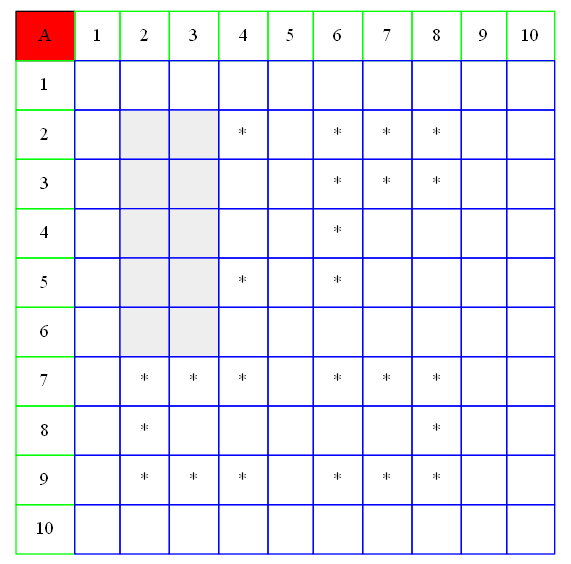
AbidelLux/Proyecto02_1S2021IPC2_JAMES keeps this Graphviz diagram as Resultado.dot.png. Above is the earlier version. Its source is kept beside it as Resultado.dot.
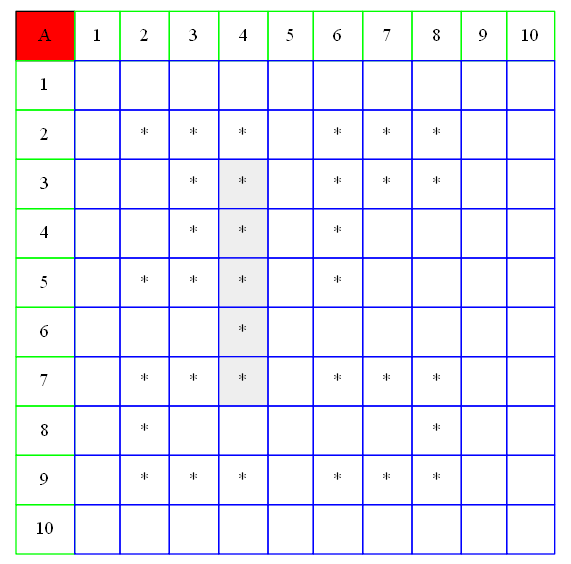
The same diagram one commit later.

Change to the diagram source:
```diff
@@ -7,12 +7,12 @@
 		<table border="0" color="green" cellpadding="10" cellborder="1" cellspacing="0">
 	<tr><td bgcolor = "red" color="black"> A </td><td color="green">1</td><td color="green">2</td><td color="green">3</td><td color="green">4</td><td color="green">5</td><td color="green">6</td><td color="green">7</td><td color="green">8</td><td color="green">9</td><td color="green">10</td></tr>
 			<tr><td color="green"> 1 </td><td color="blue">   </td><td color="blue">   </td><td color="blue">   </td><td color="blue">   </td><td color="blue">   </td><td color="blue">   </td><td color="blue">   </td><td color="blue">   </td><td color="blue">   </td><td color="blue">   </td></tr>
-			<tr><td color="green"> 2 </td><td color="blue">   </td><td color="blue" bgcolor="#eeeeee">   </td><td color="blue" bgcolor="#eeeeee">   </td><td color="blue"> * </td><td color="blue">   </td><td color="blue"> * </td><td color="blue"> * </td><td color="blue"> * </td><td color="blue">   </td><td color="blue">   </td></tr>
-			<tr><td color="green"> 3 </td><td color="blue">   </td><td color="blue" bgcolor="#eeeeee">   </td><td color="blue" bgcolor="#eeeeee">   </td><td color="blue">   </td><td color="blue">   </td><td color="blue"> * </td><td color="blue"> * </td><td color="blue"> * </td><td color="blue">   </td><td color="blue">   </td></tr>
-			<tr><td color="green"> 4 </td><td color="blue">   </td><td color="blue" bgcolor="#eeeeee">   </td><td color="blue" bgcolor="#eeeeee">   </td><td color="blue">   </td><td color="blue">   </td><td color="blue"> * </td><td color="blue">   </td><td color="blue">   </td><td color="blue">   </td><td color="blue">   </td></tr>
-			<tr><td color="green"> 5 </td><td color="blue">   </td><td color="blue" bgcolor="#eeeeee">   </td><td color="blue" bgcolor="#eeeeee">   </td><td color="blue"> * </td><td color="blue">   </td><td color="blue"> * </td><td color="blue">   </td><td color="blue">   </td><td color="blue">   </td><td color="blue">   </td></tr>
-			<tr><td color="green"> 6 </td><td color="blue">   </td><td color="blue" bgcolor="#eeeeee">   </td><td color="blue" bgcolor="#eeeeee">   </td><td color="blue">   </td><td color="blue">   </td><td color="blue">   </td><td color="blue">   </td><td color="blue">   </td><td color="blue">   </td><td color="blue">   </td></tr>
-			<tr><td color="green"> 7 </td><td color="blue">   </td><td color="blue"> * </td><td color="blue"> * </td><td color="blue"> * </td><td color="blue">   </td><td color="blue"> * </td><td color="blue"> * </td><td color="blue"> * </td><td color="blue">   </td><td color="blue">   </td></tr>
+			<tr><td color="green"> 2 </td><td color="blue">   </td><td color="blue"> * </td><td color="blue"> * </td><td color="blue"> * </td><td color="blue">   </td><td color="blue"> * </td><td color="blue"> * </td><td color="blue"> * </td><td color="blue">   </td><td color="blue">   </td></tr>
+			<tr><td color="green"> 3 </td><td color="blue">   </td><td color="blue">   </td><td color="blue"> * </td><td color="blue" bgcolor="#eeeeee"> * </td><td color="blue">   </td><td color="blue"> * </td><td color="blue"> * </td><td color="blue"> * </td><td color="blue">   </td><td color="blue">   </td></tr>
+			<tr><td color="green"> 4 </td><td color="blue">   </td><td color="blue">   </td><td color="blue"> * </td><td color="blue" bgcolor="#eeeeee"> * </td><td color="blue">   </td><td color="blue"> * </td><td color="blue">   </td><td color="blue">   </td><td color="blue">   </td><td color="blue">   </td></tr>
+			<tr><td color="green"> 5 </td><td color="blue">   </td><td color="blue"> * </td><td color="blue"> * </td><td color="blue" bgcolor="#eeeeee"> * </td><td color="blue">   </td><td color="blue"> * </td><td color="blue">   </td><td color="blue">   </td><td color="blue">   </td><td color="blue">   </td></tr>
+			<tr><td color="green"> 6 </td><td color="blue">   </td><td color="blue">   </td><td color="blue">   </td><td color="blue" bgcolor="#eeeeee"> * </td><td color="blue">   </td><td color="blue">   </td><td color="blue">   </td><td color="blue">   </td><td color="blue">   </td><td color="blue">   </td></tr>
+			<tr><td color="green"> 7 </td><td color="blue">   </td><td color="blue"> * </td><td color="blue"> * </td><td color="blue" bgcolor="#eeeeee"> * </td><td color="blue">   </td><td color="blue"> * </td><td color="blue"> * </td><td color="blue"> * </td><td color="blue">   </td><td color="blue">   </td></tr>
 			<tr><td color="green"> 8 </td><td color="blue">   </td><td color="blue"> * </td><td color="blue">   </td><td color="blue">   </td><td color="blue">   </td><td color="blue">   </td><td color="blue">   </td><td color="blue"> * </td><td color="blue">   </td><td color="blue">   </td></tr>
 			<tr><td color="green"> 9 </td><td color="blue">   </td><td color="blue"> * </td><td color="blue"> * </td><td color="blue"> * </td><td color="blue">   </td><td color="blue"> * </td><td color="blue"> * </td><td color="blue"> * </td><td color="blue">   </td><td color="blue">   </td></tr>
 			<tr><td color="green"> 10 </td><td color="blue">   </td><td color="blue">   </td><td color="blue">   </td><td color="blue">   </td><td color="blue">   </td><td color="blue">   </td><td color="blue">   </td><td color="blue">   </td><td color="blue">   </td><td color="blue">   </td></tr>
```
